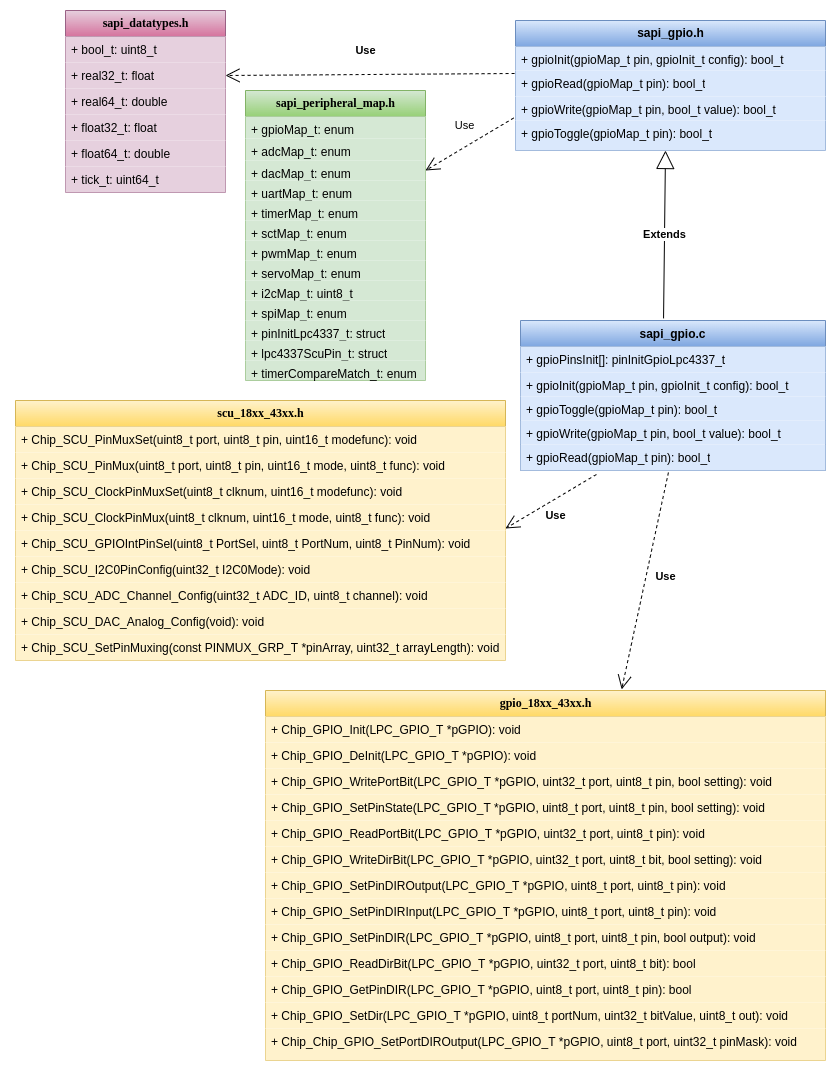
The draw.io diagram Figures/DiagramaClasesGPIOsAPI.png in jennifferch/Memoria-MSE, before a commit. Source tidied: cells renumbered, new cells last; positions are measured from the earlier drawing's top-left corner, leaving out a move shared by most shapes.
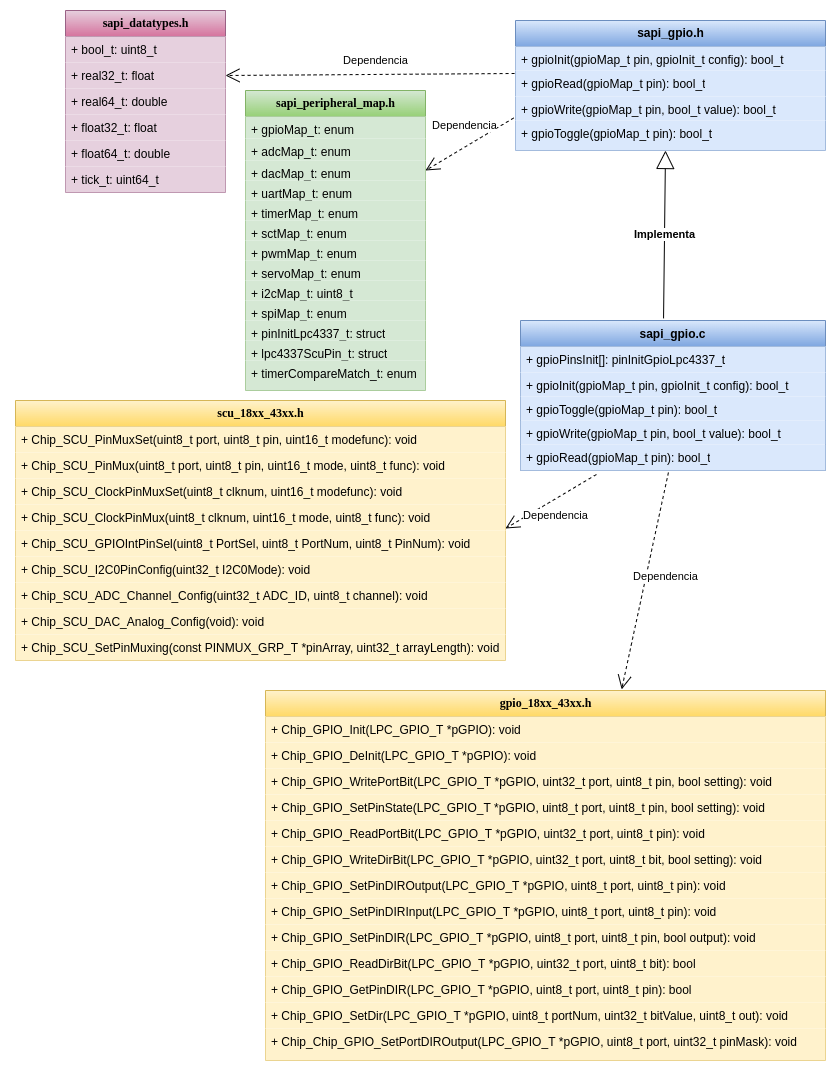
After the commit.

Change to the diagram source:
```diff
@@ -42,7 +42,7 @@
       <mxGeometry y="100" width="310" height="30" as="geometry" />
     </mxCell>
     <mxCell id="15" value="&lt;font style=&quot;font-size: 12px&quot;&gt;&lt;b&gt;sapi_peripheral_map.h&lt;/b&gt;&lt;/font&gt;" style="swimlane;html=1;fontStyle=0;horizontal=1;startSize=26;fillColor=#d5e8d4;swimlaneFillColor=none;rounded=0;shadow=0;comic=0;labelBackgroundColor=none;strokeWidth=1;fontFamily=Verdana;fontSize=10;align=center;gradientColor=#97d077;strokeColor=#82b366;" parent="1" vertex="1">
-      <mxGeometry x="245" y="90" width="180" height="290" as="geometry" />
+      <mxGeometry x="245" y="90" width="180" height="300" as="geometry" />
     </mxCell>
     <mxCell id="16" value="+ gpioMap_t: enum" style="text;html=1;strokeColor=none;fillColor=#d5e8d4;align=left;verticalAlign=top;spacingLeft=4;spacingRight=4;whiteSpace=wrap;overflow=hidden;gradientColor=none;" parent="15" vertex="1">
       <mxGeometry y="26" width="180" height="22" as="geometry" />
@@ -81,7 +81,7 @@
       <mxGeometry y="250" width="180" height="20" as="geometry" />
     </mxCell>
     <mxCell id="28" value="+ timerCompareMatch_t: enum" style="text;html=1;strokeColor=none;fillColor=#d5e8d4;align=left;verticalAlign=top;spacingLeft=4;spacingRight=4;whiteSpace=wrap;overflow=hidden;gradientColor=none;" parent="15" vertex="1">
-      <mxGeometry y="270" width="180" height="20" as="geometry" />
+      <mxGeometry y="270" width="180" height="30" as="geometry" />
     </mxCell>
     <mxCell id="29" value="sapi_gpio.c" style="swimlane;fontStyle=1;align=center;verticalAlign=top;horizontal=1;startSize=26;fillColor=#dae8fc;gradientColor=#7ea6e0;strokeColor=#6c8ebf;" parent="1" vertex="1">
       <mxGeometry x="520" y="320" width="305" height="150" as="geometry" />
@@ -101,16 +101,16 @@
     <mxCell id="34" value="+ gpioRead(gpioMap_t pin):&amp;nbsp;bool_t" style="text;html=1;strokeColor=none;fillColor=#dae8fc;align=left;verticalAlign=top;spacingLeft=4;spacingRight=4;whiteSpace=wrap;overflow=hidden;points=[[0,0.5],[1,0.5]];portConstraint=eastwest;gradientColor=none;" parent="29" vertex="1">
       <mxGeometry y="124" width="305" height="26" as="geometry" />
     </mxCell>
-    <mxCell id="35" value="&lt;b&gt;Extends&lt;/b&gt;" style="endArrow=block;endSize=16;endFill=0;html=1;rounded=0;exitX=0.469;exitY=-0.014;exitDx=0;exitDy=0;exitPerimeter=0;" parent="1" edge="1" source="29">
+    <mxCell id="35" value="&lt;b&gt;Implementa&lt;/b&gt;" style="endArrow=block;endSize=16;endFill=0;html=1;rounded=0;exitX=0.469;exitY=-0.014;exitDx=0;exitDy=0;exitPerimeter=0;" parent="1" edge="1" source="29">
       <mxGeometry relative="1" as="geometry">
         <mxPoint x="665" y="150" as="targetPoint" />
       </mxGeometry>
     </mxCell>
-    <mxCell id="36" value="Use" style="endArrow=open;endSize=12;dashed=1;html=1;rounded=0;exitX=-0.006;exitY=-0.083;exitDx=0;exitDy=0;exitPerimeter=0;entryX=1;entryY=0.5;entryDx=0;entryDy=0;" parent="1" edge="1" source="14" target="18">
+    <mxCell id="36" value="Dependencia" style="endArrow=open;endSize=12;dashed=1;html=1;rounded=0;exitX=-0.006;exitY=-0.083;exitDx=0;exitDy=0;exitPerimeter=0;entryX=1;entryY=0.5;entryDx=0;entryDy=0;" parent="1" edge="1" source="14" target="18">
       <mxGeometry x="-0.1" y="-19" relative="1" as="geometry" />
     </mxCell>
-    <mxCell id="37" value="&lt;b&gt;Use&lt;/b&gt;" style="endArrow=open;endSize=12;dashed=1;html=1;rounded=0;entryX=1;entryY=0.5;entryDx=0;entryDy=0;exitX=-0.003;exitY=0.115;exitDx=0;exitDy=0;exitPerimeter=0;" parent="1" edge="1" source="12" target="5">
-      <mxGeometry x="0.03" y="-24" relative="1" as="geometry" />
+    <mxCell id="37" value="Dependencia" style="endArrow=open;endSize=12;dashed=1;html=1;rounded=0;entryX=1;entryY=0.5;entryDx=0;entryDy=0;exitX=-0.003;exitY=0.115;exitDx=0;exitDy=0;exitPerimeter=0;" parent="1" edge="1" source="12" target="5">
+      <mxGeometry x="-0.04" y="-14" relative="1" as="geometry" />
     </mxCell>
     <mxCell id="38" value="&lt;font style=&quot;font-size: 12px&quot;&gt;&lt;b&gt;scu_18xx_43xx.h&lt;/b&gt;&lt;/font&gt;" style="swimlane;html=1;fontStyle=0;horizontal=1;startSize=26;fillColor=#fff2cc;swimlaneFillColor=#ffffff;rounded=0;shadow=0;comic=0;labelBackgroundColor=none;strokeWidth=1;fontFamily=Verdana;fontSize=10;align=center;gradientColor=#ffd966;strokeColor=#d6b656;" parent="1" vertex="1">
       <mxGeometry x="15" y="400" width="490" height="260" as="geometry" />
@@ -184,10 +184,10 @@
     <mxCell id="61" value="+ Chip_Chip_GPIO_SetPortDIROutput(LPC_GPIO_T *pGPIO, uint8_t port, uint32_t pinMask): void" style="text;html=1;strokeColor=none;fillColor=#fff2cc;align=left;verticalAlign=top;spacingLeft=4;spacingRight=4;whiteSpace=wrap;overflow=hidden;gradientColor=none;" parent="48" vertex="1">
       <mxGeometry y="338" width="560" height="32" as="geometry" />
     </mxCell>
-    <mxCell id="62" value="&lt;b&gt;Use&lt;/b&gt;" style="endArrow=open;endSize=12;dashed=1;html=1;rounded=0;entryX=1;entryY=0.923;entryDx=0;entryDy=0;entryPerimeter=0;exitX=0.249;exitY=1.154;exitDx=0;exitDy=0;exitPerimeter=0;" parent="1" edge="1" source="34" target="42">
+    <mxCell id="62" value="Dependencia" style="endArrow=open;endSize=12;dashed=1;html=1;rounded=0;entryX=1;entryY=0.923;entryDx=0;entryDy=0;entryPerimeter=0;exitX=0.249;exitY=1.154;exitDx=0;exitDy=0;exitPerimeter=0;" parent="1" edge="1" source="34" target="42">
       <mxGeometry x="0.05" y="15" relative="1" as="geometry" />
     </mxCell>
-    <mxCell id="63" value="&lt;b&gt;Use&lt;/b&gt;" style="endArrow=open;endSize=12;dashed=1;html=1;rounded=0;exitX=0.485;exitY=1.077;exitDx=0;exitDy=0;exitPerimeter=0;entryX=0.636;entryY=-0.003;entryDx=0;entryDy=0;entryPerimeter=0;" parent="1" edge="1" source="34" target="48">
+    <mxCell id="63" value="Dependencia" style="endArrow=open;endSize=12;dashed=1;html=1;rounded=0;exitX=0.485;exitY=1.077;exitDx=0;exitDy=0;exitPerimeter=0;entryX=0.636;entryY=-0.003;entryDx=0;entryDy=0;entryPerimeter=0;" parent="1" edge="1" source="34" target="48">
       <mxGeometry x="-0.08" y="19" relative="1" as="geometry" />
     </mxCell>
   </root>
```
